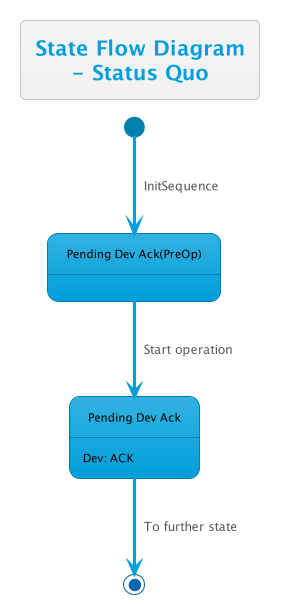
thetomitomo/diagrams keeps this PlantUML diagram as out/Multi-Day-Deployment/2midTermStatusQuo/2midTermStatusQuo.png. Above is the earlier version.
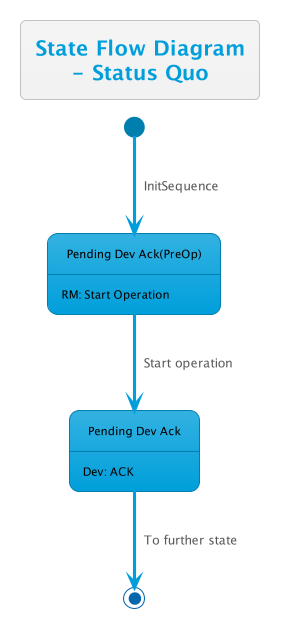
Later version of the same file.

The edit, as a diff of the source:
```diff
@@ -10,6 +10,7 @@
 
 [*] --> pendingDevAckPreOp : InitSequence
 pendingDevAckPreOp --> pendingDevAck : Start operation
+pendingDevAckPreOp: RM: Start Operation
 
 pendingDevAck: Dev: ACK
 pendingDevAck --> [*] : To further state
```
